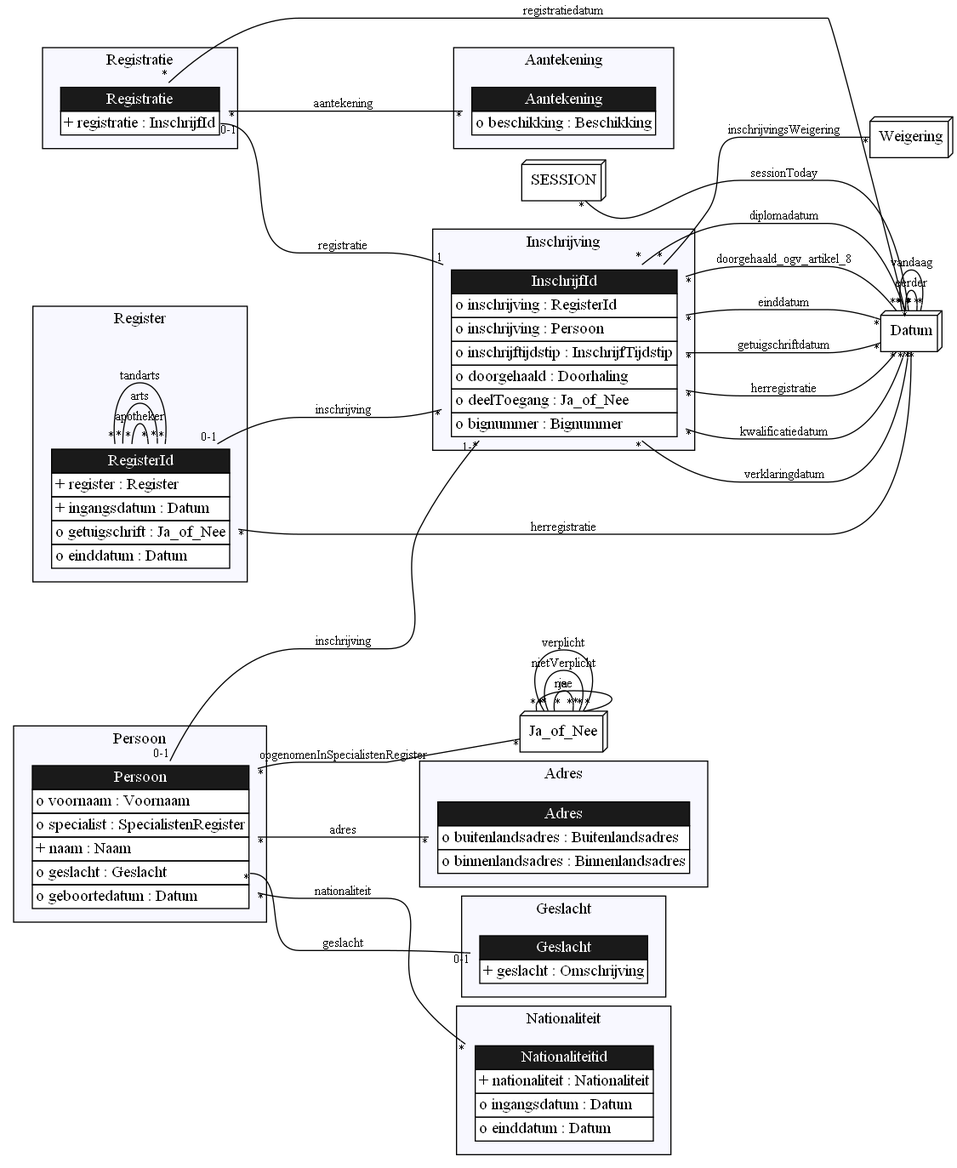
The Graphviz diagram docs/images/LogicalDataModel_Grouped_By_Pattern.png in gedelaar/BIG, before a commit. Its source is kept beside it as docs/images/LogicalDataModel_Grouped_By_Pattern.gv.
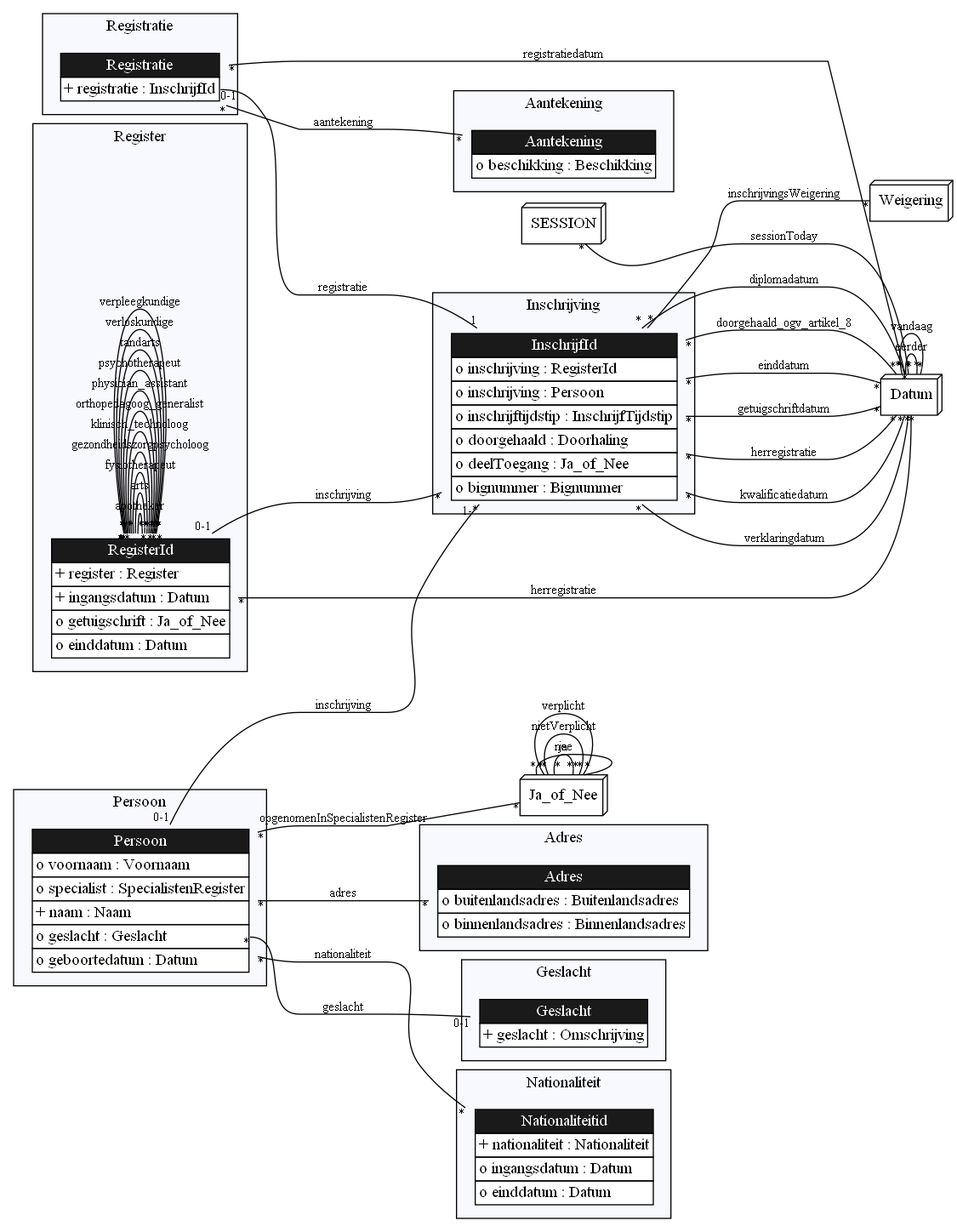
The same file after the commit.

What changed in the source:
```diff
@@ -6,6 +6,14 @@
 	edge [fontsize=11,
 		minlen=4
 	];
+	subgraph cluster_Inschrijving {
+		graph [bgcolor=ghostwhite,
+			label=Inschrijving
+		];
+		InschrijfId	[color=purple,
+			label=<<TABLE BGCOLOR="white" COLOR="black" BORDER="0" CELLBORDER="1" CELLSPACING="0"><TR><TD BGCOLOR="gray10" COLOR="black"><FONT COLOR="white">InschrijfId</FONT></TD></TR><TR><TD ALIGN="LEFT" PORT="inschrijving">o inschrijving : RegisterId</TD></TR><TR><TD ALIGN="LEFT" PORT="inschrijving">o inschrijving : Persoon</TD></TR><TR><TD ALIGN="LEFT" PORT="inschrijftijdstip">o inschrijftijdstip : InschrijfTijdstip</TD></TR><TR><TD ALIGN="LEFT" PORT="doorgehaald">o doorgehaald : Doorhaling</TD></TR><TR><TD ALIGN="LEFT" PORT="deelToegang">o deelToegang : Ja_of_Nee</TD></TR><TR><TD ALIGN="LEFT" PORT="bignummer">o bignummer : Bignummer</TD></TR></TABLE>>,
+			shape=plaintext];
+	}
 	subgraph cluster_Aantekening {
 		graph [bgcolor=ghostwhite,
 			label=Aantekening
@@ -14,12 +22,20 @@
 			label=<<TABLE BGCOLOR="white" COLOR="black" BORDER="0" CELLBORDER="1" CELLSPACING="0"><TR><TD BGCOLOR="gray10" COLOR="black"><FONT COLOR="white">Aantekening</FONT></TD></TR><TR><TD ALIGN="LEFT" PORT="beschikking">o beschikking : Beschikking</TD></TR></TABLE>>,
 			shape=plaintext];
 	}
-	subgraph cluster_Inschrijving {
+	subgraph cluster_Adres {
 		graph [bgcolor=ghostwhite,
-			label=Inschrijving
+			label=Adres
 		];
-		InschrijfId	[color=purple,
-			label=<<TABLE BGCOLOR="white" COLOR="black" BORDER="0" CELLBORDER="1" CELLSPACING="0"><TR><TD BGCOLOR="gray10" COLOR="black"><FONT COLOR="white">InschrijfId</FONT></TD></TR><TR><TD ALIGN="LEFT" PORT="inschrijving">o inschrijving : RegisterId</TD></TR><TR><TD ALIGN="LEFT" PORT="inschrijving">o inschrijving : Persoon</TD></TR><TR><TD ALIGN="LEFT" PORT="inschrijftijdstip">o inschrijftijdstip : InschrijfTijdstip</TD></TR><TR><TD ALIGN="LEFT" PORT="doorgehaald">o doorgehaald : Doorhaling</TD></TR><TR><TD ALIGN="LEFT" PORT="deelToegang">o deelToegang : Ja_of_Nee</TD></TR><TR><TD ALIGN="LEFT" PORT="bignummer">o bignummer : Bignummer</TD></TR></TABLE>>,
+		Adres	[color=purple,
+			label=<<TABLE BGCOLOR="white" COLOR="black" BORDER="0" CELLBORDER="1" CELLSPACING="0"><TR><TD BGCOLOR="gray10" COLOR="black"><FONT COLOR="white">Adres</FONT></TD></TR><TR><TD ALIGN="LEFT" PORT="buitenlandsadres">o buitenlandsadres : Buitenlandsadres</TD></TR><TR><TD ALIGN="LEFT" PORT="binnenlandsadres">o binnenlandsadres : Binnenlandsadres</TD></TR></TABLE>>,
+			shape=plaintext];
+	}
+	subgraph cluster_Persoon {
+		graph [bgcolor=ghostwhite,
+			label=Persoon
+		];
+		Persoon	[color=purple,
+			label=<<TABLE BGCOLOR="white" COLOR="black" BORDER="0" CELLBORDER="1" CELLSPACING="0"><TR><TD BGCOLOR="gray10" COLOR="black"><FONT COLOR="white">Persoon</FONT></TD></TR><TR><TD ALIGN="LEFT" PORT="voornaam">o voornaam : Voornaam</TD></TR><TR><TD ALIGN="LEFT" PORT="specialist">o specialist : SpecialistenRegister</TD></TR><TR><TD ALIGN="LEFT" PORT="naam">+ naam : Naam</TD></TR><TR><TD ALIGN="LEFT" PORT="geslacht">o geslacht : Geslacht</TD></TR><TR><TD ALIGN="LEFT" PORT="geboortedatum">o geboortedatum : Datum</TD></TR></TABLE>>,
 			shape=plaintext];
 	}
 	subgraph cluster_Geslacht {
@@ -28,14 +44,6 @@
 		];
 		Geslacht	[color=purple,
 			label=<<TABLE BGCOLOR="white" COLOR="black" BORDER="0" CELLBORDER="1" CELLSPACING="0"><TR><TD BGCOLOR="gray10" COLOR="black"><FONT COLOR="white">Geslacht</FONT></TD></TR><TR><TD ALIGN="LEFT" PORT="geslacht">+ geslacht : Omschrijving</TD></TR></TABLE>>,
-			shape=plaintext];
-	}
-	subgraph cluster_Adres {
-		graph [bgcolor=ghostwhite,
-			label=Adres
-		];
-		Adres	[color=purple,
-			label=<<TABLE BGCOLOR="white" COLOR="black" BORDER="0" CELLBORDER="1" CELLSPACING="0"><TR><TD BGCOLOR="gray10" COLOR="black"><FONT COLOR="white">Adres</FONT></TD></TR><TR><TD ALIGN="LEFT" PORT="buitenlandsadres">o buitenlandsadres : Buitenlandsadres</TD></TR><TR><TD ALIGN="LEFT" PORT="binnenlandsadres">o binnenlandsadres : Binnenlandsadres</TD></TR></TABLE>>,
 			shape=plaintext];
 	}
 	subgraph cluster_Register {
@@ -55,18 +63,58 @@
 			label=arts,
 			labelfloat=true,
 			taillabel="*"];
+		RegisterId:fysiotherapeut -> RegisterId	[arrowhead=onone,
+			headlabel="*",
+			label=fysiotherapeut,
+			labelfloat=true,
+			taillabel="*"];
+		RegisterId:gezondheidszorgpsycholoog -> RegisterId	[arrowhead=onone,
+			headlabel="*",
+			label=gezondheidszorgpsycholoog,
+			labelfloat=true,
+			taillabel="*"];
+		RegisterId:klinisch_technoloog -> RegisterId	[arrowhead=onone,
+			headlabel="*",
+			label=klinisch_technoloog,
+			labelfloat=true,
+			taillabel="*"];
+		RegisterId:orthopedagoog_generalist -> RegisterId	[arrowhead=onone,
+			headlabel="*",
+			label=orthopedagoog_generalist,
+			labelfloat=true,
+			taillabel="*"];
+		RegisterId:physician_assistant -> RegisterId	[arrowhead=onone,
+			headlabel="*",
+			label=physician_assistant,
+			labelfloat=true,
+			taillabel="*"];
+		RegisterId:psychotherapeut -> RegisterId	[arrowhead=onone,
+			headlabel="*",
+			label=psychotherapeut,
+			labelfloat=true,
+			taillabel="*"];
 		RegisterId:tandarts -> RegisterId	[arrowhead=onone,
 			headlabel="*",
 			label=tandarts,
 			labelfloat=true,
 			taillabel="*"];
+		RegisterId:verloskundige -> RegisterId	[arrowhead=onone,
+			headlabel="*",
+			label=verloskundige,
+			labelfloat=true,
+			taillabel="*"];
+		RegisterId:verpleegkundige -> RegisterId	[arrowhead=onone,
+			headlabel="*",
+			label=verpleegkundige,
+			labelfloat=true,
+			taillabel="*"];
 	}
-	subgraph cluster_Persoon {
+	subgraph cluster_Registratie {
 		graph [bgcolor=ghostwhite,
-			label=Persoon
+			label=Registratie
 		];
-		Persoon	[color=purple,
-			label=<<TABLE BGCOLOR="white" COLOR="black" BORDER="0" CELLBORDER="1" CELLSPACING="0"><TR><TD BGCOLOR="gray10" COLOR="black"><FONT COLOR="white">Persoon</FONT></TD></TR><TR><TD ALIGN="LEFT" PORT="voornaam">o voornaam : Voornaam</TD></TR><TR><TD ALIGN="LEFT" PORT="specialist">o specialist : SpecialistenRegister</TD></TR><TR><TD ALIGN="LEFT" PORT="naam">+ naam : Naam</TD></TR><TR><TD ALIGN="LEFT" PORT="geslacht">o geslacht : Geslacht</TD></TR><TR><TD ALIGN="LEFT" PORT="geboortedatum">o geboortedatum : Datum</TD></TR></TABLE>>,
+		Registratie	[color=purple,
+			label=<<TABLE BGCOLOR="white" COLOR="black" BORDER="0" CELLBORDER="1" CELLSPACING="0"><TR><TD BGCOLOR="gray10" COLOR="black"><FONT COLOR="white">Registratie</FONT></TD></TR><TR><TD ALIGN="LEFT" PORT="registratie">+ registratie : InschrijfId</TD></TR></TABLE>>,
 			shape=plaintext];
 	}
 	subgraph cluster_Nationaliteit {
@@ -75,14 +123,6 @@
 		];
 		Nationaliteitid	[color=purple,
 			label=<<TABLE BGCOLOR="white" COLOR="black" BORDER="0" CELLBORDER="1" CELLSPACING="0"><TR><TD BGCOLOR="gray10" COLOR="black"><FONT COLOR="white">Nationaliteitid</FONT></TD></TR><TR><TD ALIGN="LEFT" PORT="nationaliteit">+ nationaliteit : Nationaliteit</TD></TR><TR><TD ALIGN="LEFT" PORT="ingangsdatum">o ingangsdatum : Datum</TD></TR><TR><TD ALIGN="LEFT" PORT="einddatum">o einddatum : Datum</TD></TR></TABLE>>,
-			shape=plaintext];
-	}
-	subgraph cluster_Registratie {
-		graph [bgcolor=ghostwhite,
-			label=Registratie
-		];
-		Registratie	[color=purple,
-			label=<<TABLE BGCOLOR="white" COLOR="black" BORDER="0" CELLBORDER="1" CELLSPACING="0"><TR><TD BGCOLOR="gray10" COLOR="black"><FONT COLOR="white">Registratie</FONT></TD></TR><TR><TD ALIGN="LEFT" PORT="registratie">+ registratie : InschrijfId</TD></TR></TABLE>>,
 			shape=plaintext];
 	}
 	Datum	[label=Datum,
```
